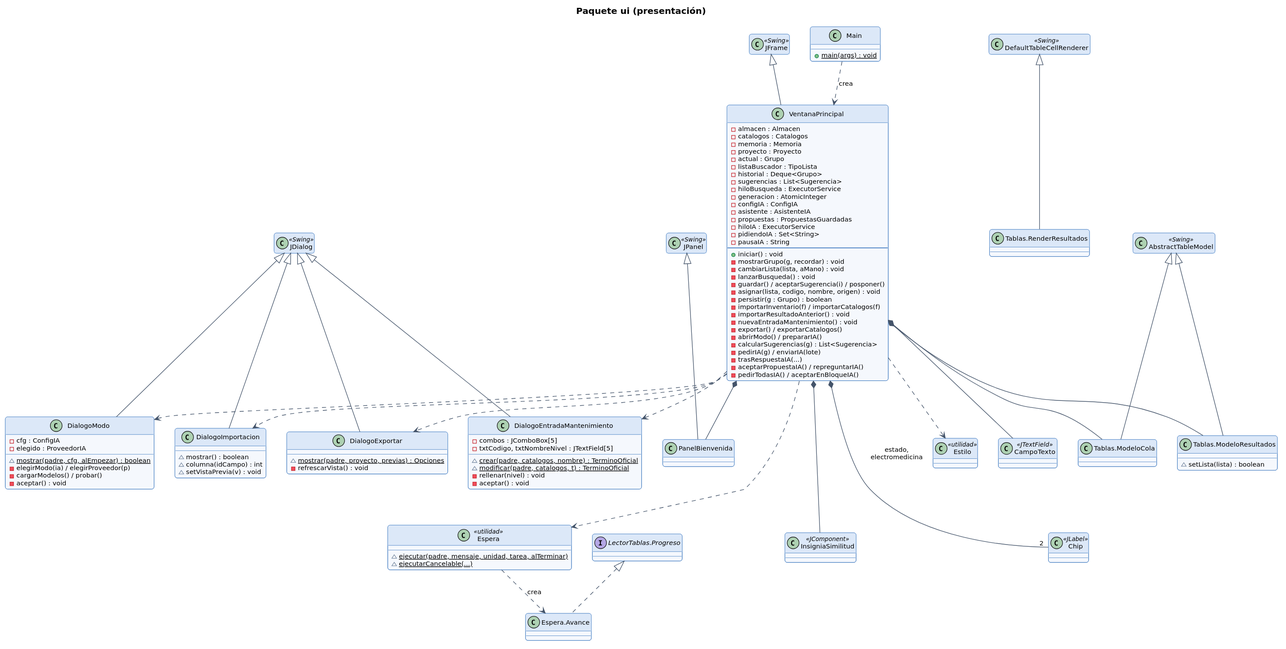
Earlier version of the PlantUML export documentacion/diagramas-uml/d07_clases_ui.svg (JuanAnanin/catalogador-inventario).
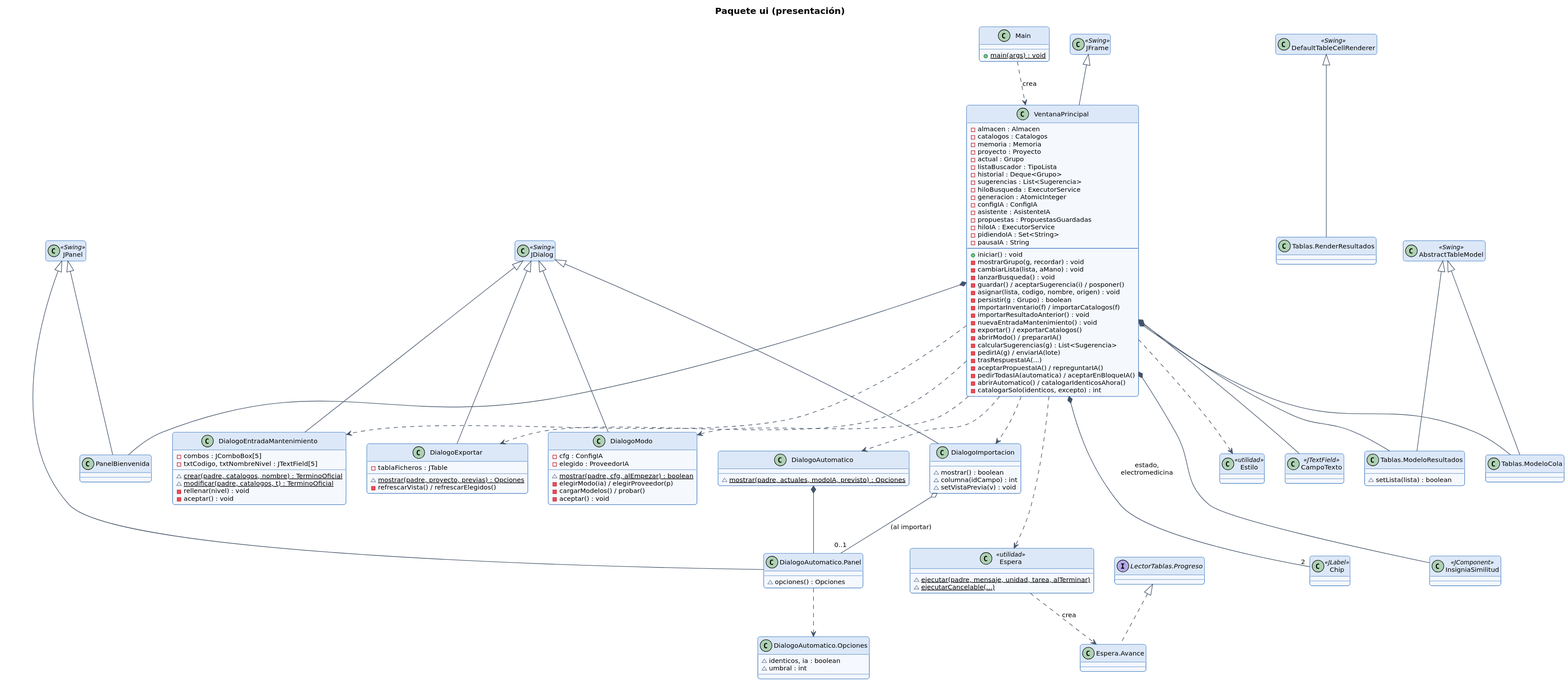
Above is the later version.

What changed in the source:
```diff
@@ -44,7 +44,9 @@
   - pedirIA(g) / enviarIA(lote)
   - trasRespuestaIA(...)
   - aceptarPropuestaIA() / repreguntarIA()
-  - pedirTodasIA() / aceptarEnBloqueIA()
+  - pedirTodasIA(automatica) / aceptarEnBloqueIA()
+  - abrirAutomatico() / catalogarIdenticosAhora()
+  - catalogarSolo(identicos, excepto) : int
 }
 class DialogoModo {
   - cfg : ConfigIA
@@ -63,8 +65,19 @@
   - aceptar() : void
 }
 class DialogoExportar {
+  - tablaFicheros : JTable
   ~ {static} mostrar(padre, proyecto, previas) : Opciones
-  - refrescarVista() : void
+  - refrescarVista() / refrescarElegidos()
+}
+class DialogoAutomatico {
+  ~ {static} mostrar(padre, actuales, modoIA, previsto) : Opciones
+}
+class "DialogoAutomatico.Opciones" as AO {
+  ~ identicos, ia : boolean
+  ~ umbral : int
+}
+class "DialogoAutomatico.Panel" as AP {
+  ~ opciones() : Opciones
 }
 class DialogoImportacion {
   ~ mostrar() : boolean
@@ -92,6 +105,9 @@
 JDialog <|-- DialogoExportar
 JDialog <|-- DialogoImportacion
 JDialog <|-- DialogoModo
+JPanel <|-- AP
+DialogoAutomatico *-- AP
+AP ..> AO
 JPanel <|-- PanelBienvenida
 AbstractTableModel <|-- MC
 AbstractTableModel <|-- MR
@@ -108,6 +124,8 @@
 VentanaPrincipal ..> DialogoExportar
 VentanaPrincipal ..> DialogoImportacion
 VentanaPrincipal ..> DialogoModo
+VentanaPrincipal ..> DialogoAutomatico
+DialogoImportacion o-- "0..1" AP : (al importar)
 VentanaPrincipal ..> Espera
 Espera ..> AV : crea
 VentanaPrincipal ..> Estilo
```
